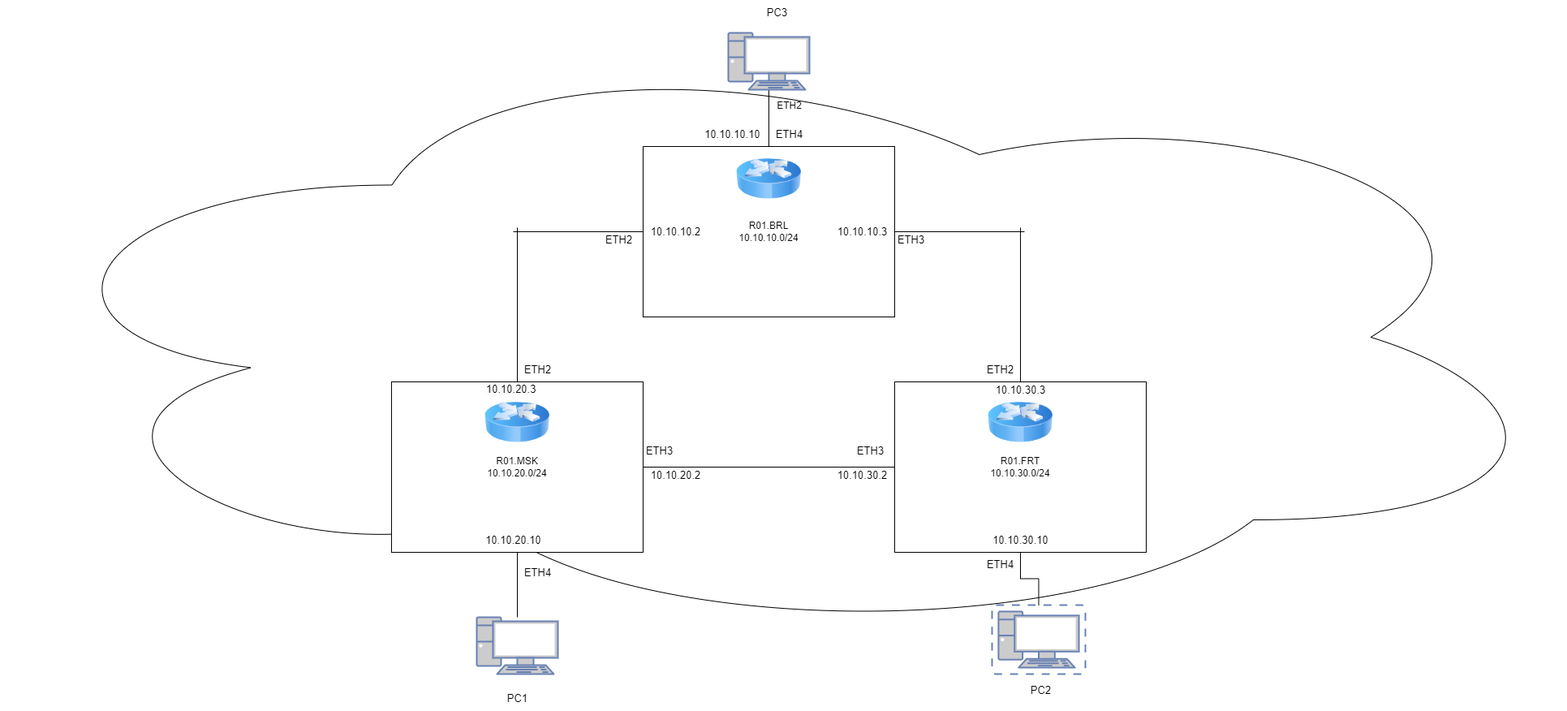
Earlier version of the draw.io export lab2/lab_2_scheme.png (DimbikeY/2022_2023-introduction_in_routing-k33212_dolmatov_d_a). Source tidied: cells renumbered, new cells last; positions are measured from the earlier drawing's top-left corner, leaving out a move shared by most shapes.
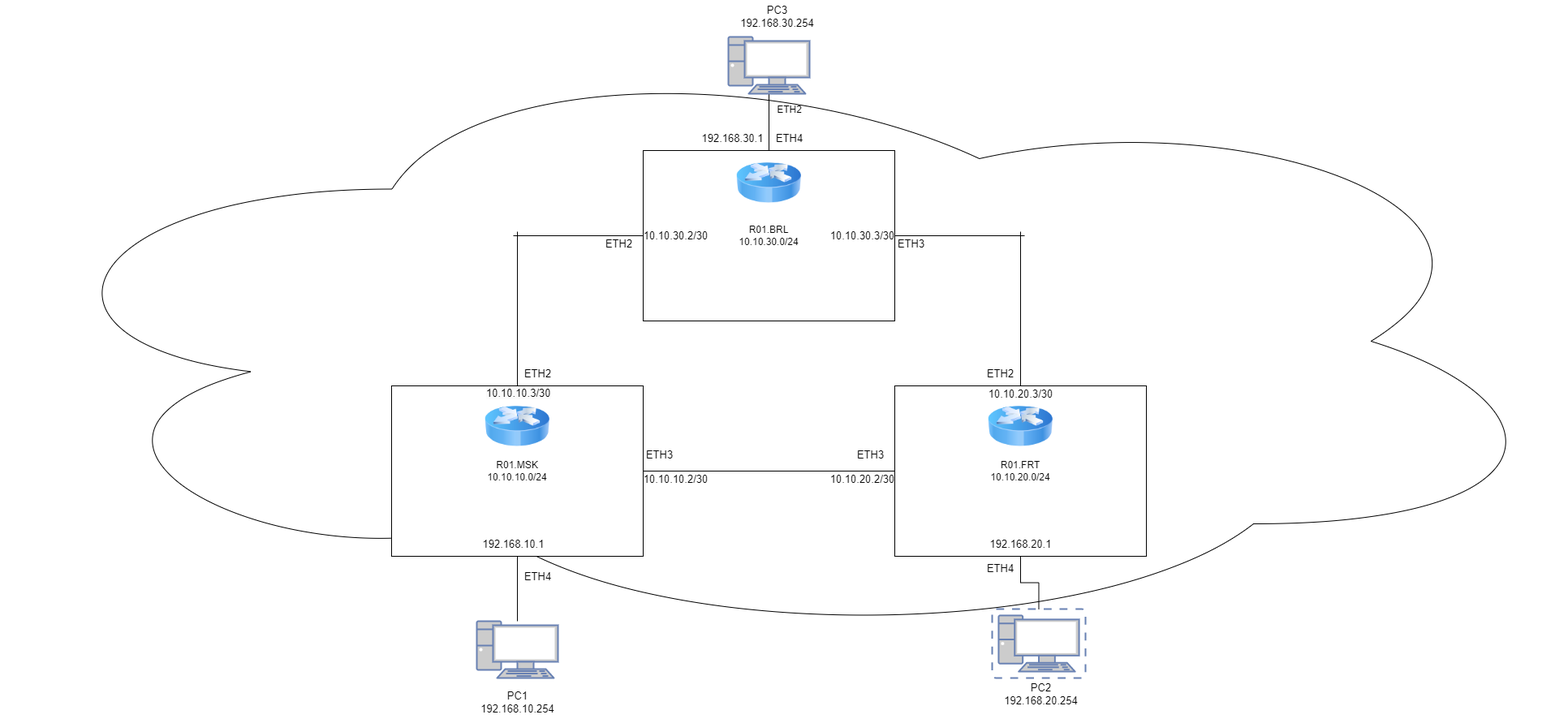
Later version of the same file.

Change to the diagram source:
```diff
@@ -20,7 +20,7 @@
         <mxPoint x="1262" y="285" as="targetPoint" />
       </mxGeometry>
     </mxCell>
-    <mxCell id="6" value="R01.BRL&lt;br&gt;10.10.10.0/24" style="rounded=0;whiteSpace=wrap;html=1;" parent="1" vertex="1">
+    <mxCell id="6" value="R01.BRL&lt;br&gt;10.10.30.0/24" style="rounded=0;whiteSpace=wrap;html=1;" parent="1" vertex="1">
       <mxGeometry x="792" y="180" width="310" height="210" as="geometry" />
     </mxCell>
     <mxCell id="7" style="edgeStyle=orthogonalEdgeStyle;rounded=0;jettySize=auto;html=1;endArrow=none;endFill=0;" parent="1" edge="1" source="10">
@@ -34,7 +34,7 @@
     <mxCell id="9" style="edgeStyle=orthogonalEdgeStyle;rounded=0;jettySize=auto;html=1;fontSize=13;endArrow=none;endFill=0;" parent="1" edge="1" source="10" target="14">
       <mxGeometry relative="1" as="geometry" />
     </mxCell>
-    <mxCell id="10" value="R01.MSK&lt;br&gt;10.10.20.0/24" style="rounded=0;whiteSpace=wrap;html=1;" parent="1" vertex="1">
+    <mxCell id="10" value="R01.MSK&lt;br&gt;10.10.10.0/24" style="rounded=0;whiteSpace=wrap;html=1;" parent="1" vertex="1">
       <mxGeometry x="482" y="470" width="310" height="210" as="geometry" />
     </mxCell>
     <mxCell id="11" style="edgeStyle=orthogonalEdgeStyle;rounded=0;jettySize=auto;html=1;endArrow=none;endFill=0;" parent="1" edge="1" source="12">
@@ -42,7 +42,7 @@
         <mxPoint x="1257" y="280" as="targetPoint" />
       </mxGeometry>
     </mxCell>
-    <mxCell id="12" value="R01.FRT&lt;br&gt;10.10.30.0/24" style="rounded=0;whiteSpace=wrap;html=1;" parent="1" vertex="1">
+    <mxCell id="12" value="R01.FRT&lt;br&gt;10.10.20.0/24" style="rounded=0;whiteSpace=wrap;html=1;" parent="1" vertex="1">
       <mxGeometry x="1102" y="470" width="310" height="210" as="geometry" />
     </mxCell>
     <mxCell id="13" value="ETH2" style="text;html=1;align=center;verticalAlign=middle;strokeColor=none;fillColor=none;" parent="1" vertex="1">
@@ -60,14 +60,14 @@
     <mxCell id="17" style="fontColor=#0066CC;verticalAlign=top;verticalLabelPosition=bottom;labelPosition=center;align=center;html=1;outlineConnect=0;fillColor=#CCCCCC;strokeColor=#6881B3;gradientColor=none;gradientDirection=north;strokeWidth=2;shape=mxgraph.networks.virtual_pc;" parent="1" vertex="1">
       <mxGeometry x="1222" y="745" width="115" height="85" as="geometry" />
     </mxCell>
-    <mxCell id="18" value="PC1" style="text;html=1;align=center;verticalAlign=middle;strokeColor=none;fillColor=none;fontSize=13;" parent="1" vertex="1">
-      <mxGeometry x="612" y="845" width="50" height="30" as="geometry" />
+    <mxCell id="18" value="PC1&lt;br&gt;192.168.10.254" style="text;html=1;align=center;verticalAlign=middle;strokeColor=none;fillColor=none;fontSize=13;" parent="1" vertex="1">
+      <mxGeometry x="582" y="840" width="110" height="40" as="geometry" />
     </mxCell>
-    <mxCell id="19" value="PC2" style="text;html=1;align=center;verticalAlign=middle;strokeColor=none;fillColor=none;fontSize=13;" parent="1" vertex="1">
-      <mxGeometry x="1257" y="835" width="50" height="30" as="geometry" />
+    <mxCell id="19" value="PC2&lt;br&gt;192.168.20.254" style="text;html=1;align=center;verticalAlign=middle;strokeColor=none;fillColor=none;fontSize=13;" parent="1" vertex="1">
+      <mxGeometry x="1227" y="830" width="110" height="40" as="geometry" />
     </mxCell>
-    <mxCell id="20" value="PC3" style="text;html=1;align=center;verticalAlign=middle;strokeColor=none;fillColor=none;fontSize=13;" parent="1" vertex="1">
-      <mxGeometry x="932" width="50" height="30" as="geometry" />
+    <mxCell id="20" value="PC3&lt;br&gt;192.168.30.254" style="text;html=1;align=center;verticalAlign=middle;strokeColor=none;fillColor=none;fontSize=13;" parent="1" vertex="1">
+      <mxGeometry x="902" y="-5" width="110" height="40" as="geometry" />
     </mxCell>
     <mxCell id="21" style="image;html=1;image=img/lib/clip_art/networking/Router_Icon_128x128.png;fontSize=13;" parent="1" vertex="1">
       <mxGeometry x="597" y="480" width="80" height="80" as="geometry" />
@@ -105,32 +105,32 @@
     <mxCell id="32" value="ETH4" style="text;html=1;align=center;verticalAlign=middle;strokeColor=none;fillColor=none;fontSize=13;" parent="1" vertex="1">
       <mxGeometry x="1202" y="680" width="60" height="30" as="geometry" />
     </mxCell>
-    <mxCell id="33" value="10.10.20.10" style="text;html=1;align=center;verticalAlign=middle;strokeColor=none;fillColor=none;fontSize=13;" parent="1" vertex="1">
-      <mxGeometry x="587" y="650" width="90" height="30" as="geometry" />
+    <mxCell id="33" value="192.168.10.1" style="text;html=1;align=center;verticalAlign=middle;strokeColor=none;fillColor=none;fontSize=13;" parent="1" vertex="1">
+      <mxGeometry x="582" y="650" width="100" height="30" as="geometry" />
     </mxCell>
-    <mxCell id="34" value="10.10.20.2" style="text;html=1;align=center;verticalAlign=middle;strokeColor=none;fillColor=none;fontSize=13;" parent="1" vertex="1">
-      <mxGeometry x="792" y="570" width="80" height="30" as="geometry" />
+    <mxCell id="34" value="10.10.10.2/30" style="text;html=1;align=center;verticalAlign=middle;strokeColor=none;fillColor=none;fontSize=13;" parent="1" vertex="1">
+      <mxGeometry x="782" y="570" width="100" height="30" as="geometry" />
     </mxCell>
-    <mxCell id="35" value="10.10.30.2" style="text;html=1;align=center;verticalAlign=middle;strokeColor=none;fillColor=none;fontSize=13;" parent="1" vertex="1">
-      <mxGeometry x="1022" y="570" width="80" height="30" as="geometry" />
+    <mxCell id="35" value="10.10.20.2/30" style="text;html=1;align=center;verticalAlign=middle;strokeColor=none;fillColor=none;fontSize=13;" parent="1" vertex="1">
+      <mxGeometry x="1012" y="570" width="100" height="30" as="geometry" />
     </mxCell>
-    <mxCell id="36" value="10.10.30.10" style="text;html=1;align=center;verticalAlign=middle;strokeColor=none;fillColor=none;fontSize=13;" parent="1" vertex="1">
-      <mxGeometry x="1212" y="650" width="90" height="30" as="geometry" />
+    <mxCell id="36" value="192.168.20.1" style="text;html=1;align=center;verticalAlign=middle;strokeColor=none;fillColor=none;fontSize=13;" parent="1" vertex="1">
+      <mxGeometry x="1207" y="650" width="100" height="30" as="geometry" />
     </mxCell>
-    <mxCell id="37" value="10.10.30.3" style="text;html=1;align=center;verticalAlign=middle;strokeColor=none;fillColor=none;fontSize=13;" parent="1" vertex="1">
-      <mxGeometry x="1217" y="465" width="80" height="30" as="geometry" />
+    <mxCell id="37" value="10.10.20.3/30" style="text;html=1;align=center;verticalAlign=middle;strokeColor=none;fillColor=none;fontSize=13;" parent="1" vertex="1">
+      <mxGeometry x="1207" y="465" width="100" height="30" as="geometry" />
     </mxCell>
-    <mxCell id="38" value="&lt;span style=&quot;color: rgb(0, 0, 0); font-family: Helvetica; font-size: 13px; font-style: normal; font-variant-ligatures: normal; font-variant-caps: normal; font-weight: 400; letter-spacing: normal; orphans: 2; text-align: center; text-indent: 0px; text-transform: none; widows: 2; word-spacing: 0px; -webkit-text-stroke-width: 0px; background-color: rgb(251, 251, 251); text-decoration-thickness: initial; text-decoration-style: initial; text-decoration-color: initial; float: none; display: inline !important;&quot;&gt;10.10.20.3&lt;/span&gt;" style="text;whiteSpace=wrap;html=1;fontSize=13;" parent="1" vertex="1">
+    <mxCell id="38" value="&lt;span style=&quot;color: rgb(0, 0, 0); font-family: Helvetica; font-size: 13px; font-style: normal; font-variant-ligatures: normal; font-variant-caps: normal; font-weight: 400; letter-spacing: normal; orphans: 2; text-align: center; text-indent: 0px; text-transform: none; widows: 2; word-spacing: 0px; -webkit-text-stroke-width: 0px; background-color: rgb(251, 251, 251); text-decoration-thickness: initial; text-decoration-style: initial; text-decoration-color: initial; float: none; display: inline !important;&quot;&gt;10.10.10.3/30&lt;/span&gt;" style="text;whiteSpace=wrap;html=1;fontSize=13;" parent="1" vertex="1">
       <mxGeometry x="597" y="465" width="100" height="40" as="geometry" />
     </mxCell>
-    <mxCell id="39" value="10.10.10.10" style="text;html=1;align=center;verticalAlign=middle;strokeColor=none;fillColor=none;fontSize=13;" parent="1" vertex="1">
-      <mxGeometry x="857" y="150" width="90" height="30" as="geometry" />
+    <mxCell id="39" value="192.168.30.1" style="text;html=1;align=center;verticalAlign=middle;strokeColor=none;fillColor=none;fontSize=13;" parent="1" vertex="1">
+      <mxGeometry x="852" y="150" width="100" height="30" as="geometry" />
     </mxCell>
-    <mxCell id="40" value="10.10.10.2" style="text;html=1;align=center;verticalAlign=middle;strokeColor=none;fillColor=none;fontSize=13;" parent="1" vertex="1">
-      <mxGeometry x="792" y="270" width="80" height="30" as="geometry" />
+    <mxCell id="40" value="10.10.30.2/30" style="text;html=1;align=center;verticalAlign=middle;strokeColor=none;fillColor=none;fontSize=13;" parent="1" vertex="1">
+      <mxGeometry x="782" y="270" width="100" height="30" as="geometry" />
     </mxCell>
-    <mxCell id="41" value="10.10.10.3" style="text;html=1;align=center;verticalAlign=middle;strokeColor=none;fillColor=none;fontSize=13;" parent="1" vertex="1">
-      <mxGeometry x="1022" y="270" width="80" height="30" as="geometry" />
+    <mxCell id="41" value="10.10.30.3/30" style="text;html=1;align=center;verticalAlign=middle;strokeColor=none;fillColor=none;fontSize=13;" parent="1" vertex="1">
+      <mxGeometry x="1012" y="270" width="100" height="30" as="geometry" />
     </mxCell>
   </root>
 </mxGraphModel>
```
